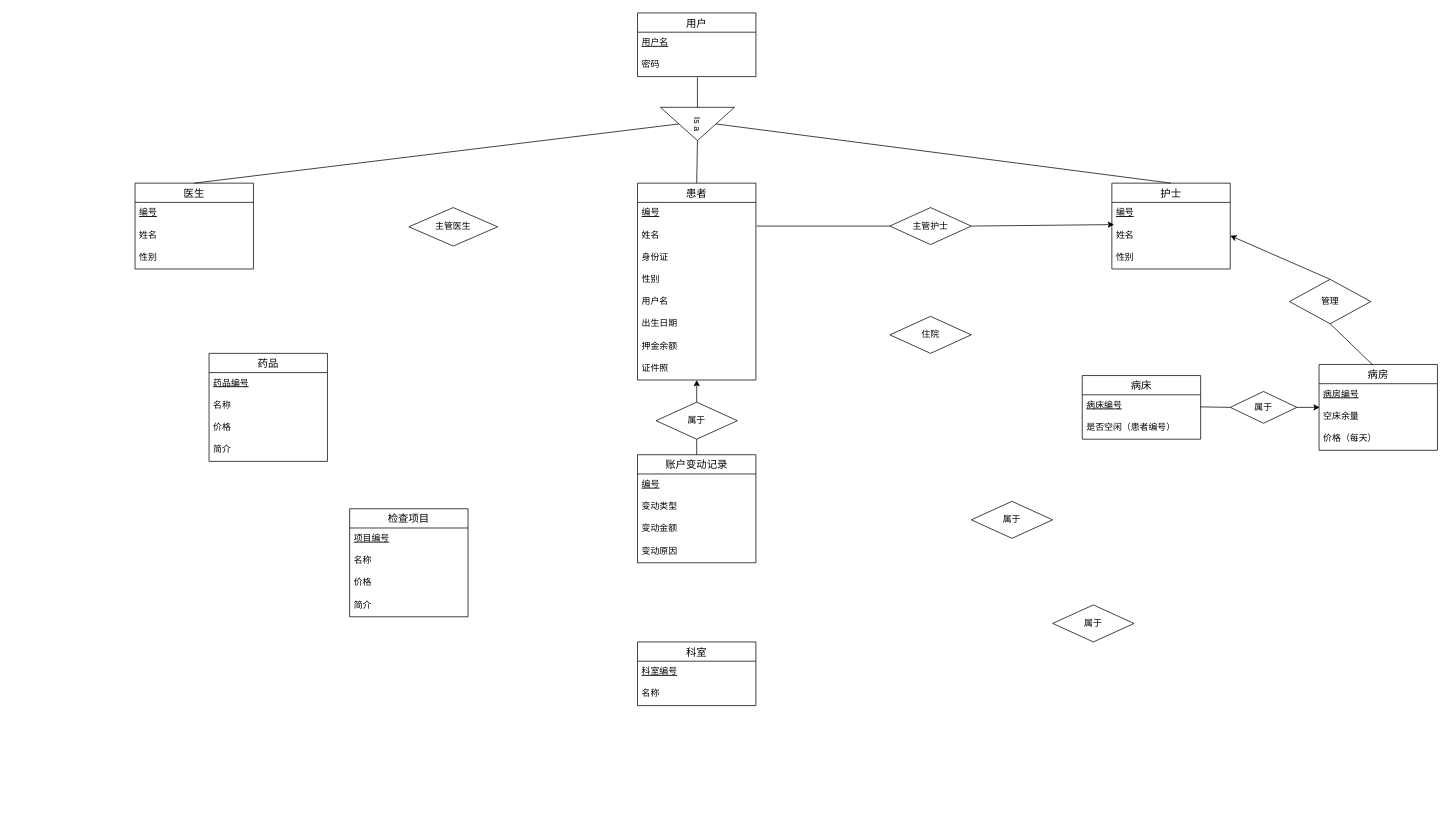
Earlier version of the draw.io diagram Untitled Diagram.drawio (Zhiwuyazhe1/hello-world). Source tidied: cells renumbered, new cells numbered last; positions are measured from the earlier drawing's top-left corner, leaving out a move shared by most shapes. Both pictures are drawn from the tidied source at 74%, with x=0, y=0 at pixel (135, 13).
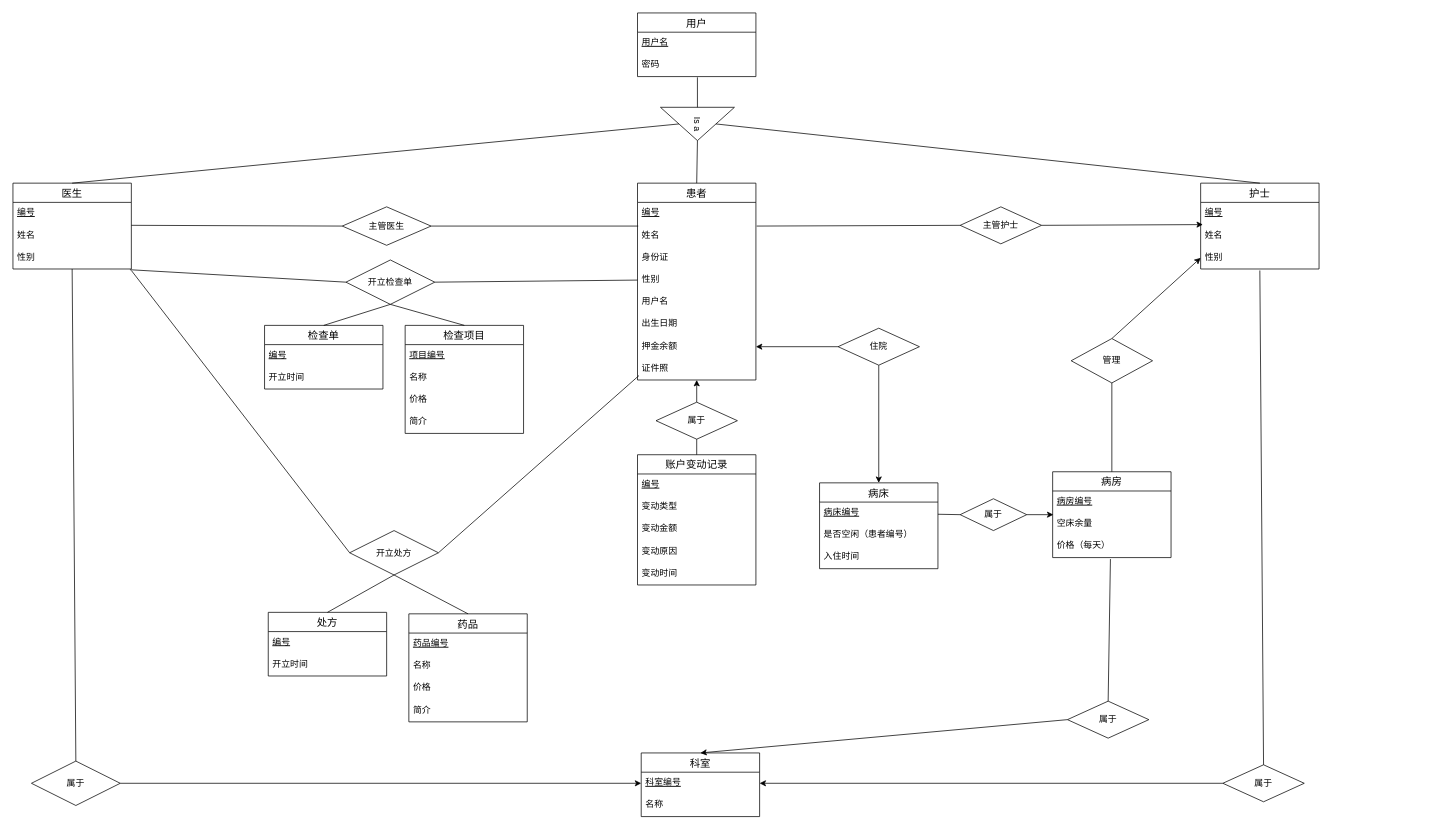
Above is the later version.

The change refers to these unchanged cells:
```xml
<mxCell id="6" value="编号" style="text;strokeColor=none;fillColor=none;spacingLeft=4;spacingRight=4;overflow=hidden;points=[[0,0.5],[1,0.5]];portConstraint=eastwest;fontSize=12;fontStyle=4;" parent="5" vertex="1">
  <mxGeometry y="26" width="160" height="30" as="geometry" />
</mxCell>
<mxCell id="9" value="性别" style="text;strokeColor=none;fillColor=none;spacingLeft=4;spacingRight=4;overflow=hidden;points=[[0,0.5],[1,0.5]];portConstraint=eastwest;fontSize=12;" parent="5" vertex="1">
  <mxGeometry y="116" width="160" height="30" as="geometry" />
</mxCell>
<mxCell id="12" value="押金余额" style="text;strokeColor=none;fillColor=none;spacingLeft=4;spacingRight=4;overflow=hidden;points=[[0,0.5],[1,0.5]];portConstraint=eastwest;fontSize=12;" parent="5" vertex="1">
  <mxGeometry y="206" width="160" height="30" as="geometry" />
</mxCell>
<mxCell id="16" value="姓名" style="text;strokeColor=none;fillColor=none;spacingLeft=4;spacingRight=4;overflow=hidden;points=[[0,0.5],[1,0.5]];portConstraint=eastwest;fontSize=12;" parent="14" vertex="1">
  <mxGeometry y="56" width="160" height="30" as="geometry" />
</mxCell>
<mxCell id="17" value="性别" style="text;strokeColor=none;fillColor=none;spacingLeft=4;spacingRight=4;overflow=hidden;points=[[0,0.5],[1,0.5]];portConstraint=eastwest;fontSize=12;" parent="14" vertex="1">
  <mxGeometry y="86" width="160" height="30" as="geometry" />
</mxCell>
<mxCell id="20" value="姓名" style="text;strokeColor=none;fillColor=none;spacingLeft=4;spacingRight=4;overflow=hidden;points=[[0,0.5],[1,0.5]];portConstraint=eastwest;fontSize=12;" parent="18" vertex="1">
  <mxGeometry y="56" width="160" height="30" as="geometry" />
</mxCell>
<mxCell id="21" value="性别" style="text;strokeColor=none;fillColor=none;spacingLeft=4;spacingRight=4;overflow=hidden;points=[[0,0.5],[1,0.5]];portConstraint=eastwest;fontSize=12;" parent="18" vertex="1">
  <mxGeometry y="86" width="160" height="30" as="geometry" />
</mxCell>
<mxCell id="29" value="价格（每天）" style="text;strokeColor=none;fillColor=none;spacingLeft=4;spacingRight=4;overflow=hidden;points=[[0,0.5],[1,0.5]];portConstraint=eastwest;fontSize=12;" parent="26" vertex="1">
  <mxGeometry y="86" width="160" height="30" as="geometry" />
</mxCell>
<mxCell id="50" value="科室编号" style="text;strokeColor=none;fillColor=none;spacingLeft=4;spacingRight=4;overflow=hidden;points=[[0,0.5],[1,0.5]];portConstraint=eastwest;fontSize=12;fontStyle=4;" parent="49" vertex="1">
  <mxGeometry y="26" width="160" height="30" as="geometry" />
</mxCell>
```

The edit, as a diff of the source:
```diff
@@
     <mxCell id="14" value="护士" style="swimlane;fontStyle=0;horizontal=1;startSize=26;align=center;fontSize=14;" parent="1" vertex="1">
-      <mxGeometry x="1320" y="230" width="160" height="116" as="geometry" />
+      <mxGeometry x="1440" y="230" width="160" height="116" as="geometry" />
     </mxCell>
@@
     <mxCell id="18" value="医生" style="swimlane;fontStyle=0;horizontal=1;startSize=26;align=center;fontSize=14;" parent="1" vertex="1">
-      <mxGeometry y="230" width="160" height="116" as="geometry" />
+      <mxGeometry x="-165" y="230" width="160" height="116" as="geometry" />
     </mxCell>
@@
     <mxCell id="25" value="主管医生" style="shape=rhombus;perimeter=rhombusPerimeter;whiteSpace=wrap;html=1;align=center;" parent="1" vertex="1">
-      <mxGeometry x="370" y="263" width="120" height="52" as="geometry" />
+      <mxGeometry x="280" y="262" width="120" height="52" as="geometry" />
     </mxCell>
     <mxCell id="26" value="病房" style="swimlane;fontStyle=0;horizontal=1;startSize=26;align=center;fontSize=14;" parent="1" vertex="1">
-      <mxGeometry x="1600" y="475" width="160" height="116" as="geometry" />
+      <mxGeometry x="1240" y="620" width="160" height="116" as="geometry" />
     </mxCell>
@@
     <mxCell id="30" value="病床" style="swimlane;fontStyle=0;horizontal=1;startSize=26;align=center;fontSize=14;" parent="1" vertex="1">
-      <mxGeometry x="1280" y="490" width="160" height="86" as="geometry" />
+      <mxGeometry x="925" y="635" width="160" height="116" as="geometry" />
     </mxCell>
@@
+    <mxCell id="68" value="是否空闲（患者编号）" style="text;strokeColor=none;fillColor=none;spacingLeft=4;spacingRight=4;overflow=hidden;fontSize=12;" parent="30" vertex="1">
+      <mxGeometry y="56" width="160" height="30" as="geometry" />
+    </mxCell>
-    <mxCell id="32" value="是否空闲（患者编号）" style="text;strokeColor=none;fillColor=none;spacingLeft=4;spacingRight=4;overflow=hidden;fontSize=12;" parent="30" vertex="1">
-      <mxGeometry y="56" width="160" height="30" as="geometry" />
+    <mxCell id="32" value="入住时间" style="text;strokeColor=none;fillColor=none;spacingLeft=4;spacingRight=4;overflow=hidden;fontSize=12;" parent="30" vertex="1">
+      <mxGeometry y="86" width="160" height="30" as="geometry" />
     </mxCell>
     <mxCell id="33" value="药品" style="swimlane;fontStyle=0;horizontal=1;startSize=26;align=center;fontSize=14;" parent="1" vertex="1">
-      <mxGeometry x="100" y="460" width="160" height="146" as="geometry" />
+      <mxGeometry x="370" y="812" width="160" height="146" as="geometry" />
     </mxCell>
@@
     <mxCell id="38" value="检查项目" style="swimlane;fontStyle=0;horizontal=1;startSize=26;align=center;fontSize=14;" parent="1" vertex="1">
-      <mxGeometry x="290" y="670" width="160" height="146" as="geometry" />
+      <mxGeometry x="365" y="422.2" width="160" height="146" as="geometry" />
     </mxCell>
@@
-    <mxCell id="43" style="edgeStyle=none;rounded=0;jettySize=auto;html=1;exitX=0.5;exitY=0;exitDx=0;exitDy=0;entryX=1;entryY=0.5;entryDx=0;entryDy=0;" parent="1" edge="1" source="44" target="16">
-      <mxGeometry relative="1" as="geometry" />
-    </mxCell>
+    <mxCell id="69" style="edgeStyle=none;rounded=0;jettySize=auto;html=1;exitX=0.5;exitY=0;exitDx=0;exitDy=0;entryX=0;entryY=0.5;entryDx=0;entryDy=0;" parent="1" edge="1" source="44" target="17">
+      <mxGeometry relative="1" as="geometry" />
+    </mxCell>
     <mxCell id="44" value="管理" style="shape=rhombus;perimeter=rhombusPerimeter;whiteSpace=wrap;html=1;align=center;" parent="1" vertex="1">
-      <mxGeometry x="1560" y="360" width="110" height="60" as="geometry" />
+      <mxGeometry x="1265" y="440" width="110" height="60" as="geometry" />
     </mxCell>
@@
     <mxCell id="46" value="属于" style="shape=rhombus;perimeter=rhombusPerimeter;whiteSpace=wrap;html=1;align=center;" parent="1" vertex="1">
-      <mxGeometry x="1480" y="511.5" width="90" height="43" as="geometry" />
+      <mxGeometry x="1115" y="656.5" width="90" height="43" as="geometry" />
     </mxCell>
@@
     <mxCell id="49" value="科室" style="swimlane;fontStyle=0;horizontal=1;startSize=26;align=center;fontSize=14;" parent="1" vertex="1">
-      <mxGeometry x="679" y="850" width="160" height="86" as="geometry" />
+      <mxGeometry x="684" y="1000" width="160" height="86" as="geometry" />
     </mxCell>
@@
     <mxCell id="52" value="账户变动记录" style="swimlane;fontStyle=0;horizontal=1;startSize=26;align=center;fontSize=14;" parent="1" vertex="1">
-      <mxGeometry x="679" y="597" width="160" height="146" as="geometry" />
+      <mxGeometry x="679" y="597" width="160" height="176" as="geometry" />
     </mxCell>
@@
+    <mxCell id="70" value="变动时间" style="text;strokeColor=none;fillColor=none;spacingLeft=4;spacingRight=4;overflow=hidden;fontSize=12;" parent="52" vertex="1">
+      <mxGeometry y="146" width="160" height="30" as="geometry" />
+    </mxCell>
+    <mxCell id="71" style="edgeStyle=none;rounded=0;jettySize=auto;html=1;exitX=0;exitY=0.5;exitDx=0;exitDy=0;entryX=1;entryY=0.5;entryDx=0;entryDy=0;" parent="1" edge="1" source="57" target="50">
+      <mxGeometry relative="1" as="geometry" />
+    </mxCell>
     <mxCell id="57" value="属于" style="shape=rhombus;perimeter=rhombusPerimeter;whiteSpace=wrap;html=1;align=center;" parent="1" vertex="1">
-      <mxGeometry x="1240" y="800" width="110" height="50" as="geometry" />
+      <mxGeometry x="1470" y="1016" width="110" height="50" as="geometry" />
     </mxCell>
-    <mxCell id="58" value="属于" style="shape=rhombus;perimeter=rhombusPerimeter;whiteSpace=wrap;html=1;align=center;" parent="1" vertex="1">
-      <mxGeometry x="1130" y="660" width="110" height="50" as="geometry" />
-    </mxCell>
@@
     <mxCell id="62" value="主管护士" style="shape=rhombus;perimeter=rhombusPerimeter;whiteSpace=wrap;html=1;align=center;" parent="1" vertex="1">
-      <mxGeometry x="1020" y="263" width="110" height="50" as="geometry" />
+      <mxGeometry x="1115" y="262" width="110" height="50" as="geometry" />
     </mxCell>
@@
-    <mxCell id="64" style="endArrow=none;html=1;entryX=0.5;entryY=1;entryDx=0;entryDy=0;exitX=0.456;exitY=0.009;exitDx=0;exitDy=0;exitPerimeter=0;" parent="1" edge="1" source="26" target="44">
-      <mxGeometry relative="1" as="geometry" />
-    </mxCell>
@@
+    <mxCell id="72" style="edgeStyle=none;rounded=0;jettySize=auto;html=1;exitX=0;exitY=0.5;exitDx=0;exitDy=0;" parent="1" edge="1" source="67" target="12">
+      <mxGeometry relative="1" as="geometry" />
+    </mxCell>
+    <mxCell id="73" style="edgeStyle=none;rounded=0;jettySize=auto;html=1;exitX=0.5;exitY=1;exitDx=0;exitDy=0;entryX=0.5;entryY=0;entryDx=0;entryDy=0;" parent="1" edge="1" source="67" target="30">
+      <mxGeometry relative="1" as="geometry" />
+    </mxCell>
     <mxCell id="67" value="住院" style="shape=rhombus;perimeter=rhombusPerimeter;whiteSpace=wrap;html=1;align=center;" parent="1" vertex="1">
-      <mxGeometry x="1020" y="410" width="110" height="50" as="geometry" />
+      <mxGeometry x="950" y="426" width="110" height="50" as="geometry" />
     </mxCell>
+    <mxCell id="74" value="开立检查单" style="shape=rhombus;perimeter=rhombusPerimeter;whiteSpace=wrap;html=1;align=center;" parent="1" vertex="1">
+      <mxGeometry x="285" y="333.8" width="120" height="60" as="geometry" />
+    </mxCell>
+    <mxCell id="75" value="开立处方" style="shape=rhombus;perimeter=rhombusPerimeter;whiteSpace=wrap;html=1;align=center;" parent="1" vertex="1">
+      <mxGeometry x="290" y="699.5" width="120" height="60" as="geometry" />
+    </mxCell>
+    <mxCell id="76" value="检查单" style="swimlane;fontStyle=0;horizontal=1;startSize=26;align=center;fontSize=14;" parent="1" vertex="1">
+      <mxGeometry x="175" y="422.2" width="160" height="86" as="geometry" />
+    </mxCell>
+    <mxCell id="77" value="编号" style="text;strokeColor=none;fillColor=none;spacingLeft=4;spacingRight=4;overflow=hidden;fontSize=12;fontStyle=4;" parent="76" vertex="1">
+      <mxGeometry y="26" width="160" height="30" as="geometry" />
+    </mxCell>
+    <mxCell id="78" value="开立时间" style="text;strokeColor=none;fillColor=none;spacingLeft=4;spacingRight=4;overflow=hidden;fontSize=12;" parent="76" vertex="1">
+      <mxGeometry y="56" width="160" height="30" as="geometry" />
+    </mxCell>
+    <mxCell id="79" value="处方" style="swimlane;fontStyle=0;horizontal=1;startSize=26;align=center;fontSize=14;" parent="1" vertex="1">
+      <mxGeometry x="180" y="810" width="160" height="86" as="geometry" />
+    </mxCell>
+    <mxCell id="80" value="编号" style="text;strokeColor=none;fillColor=none;spacingLeft=4;spacingRight=4;overflow=hidden;fontSize=12;fontStyle=4;" parent="79" vertex="1">
+      <mxGeometry y="26" width="160" height="30" as="geometry" />
+    </mxCell>
+    <mxCell id="81" value="开立时间" style="text;strokeColor=none;fillColor=none;spacingLeft=4;spacingRight=4;overflow=hidden;fontSize=12;" parent="79" vertex="1">
+      <mxGeometry y="56" width="160" height="30" as="geometry" />
+    </mxCell>
+    <mxCell id="82" style="edgeStyle=none;rounded=0;jettySize=auto;html=1;exitX=1;exitY=0.5;exitDx=0;exitDy=0;entryX=0;entryY=0.5;entryDx=0;entryDy=0;" parent="1" edge="1" source="83" target="50">
+      <mxGeometry relative="1" as="geometry" />
+    </mxCell>
+    <mxCell id="83" value="属于" style="shape=rhombus;perimeter=rhombusPerimeter;whiteSpace=wrap;html=1;align=center;" parent="1" vertex="1">
+      <mxGeometry x="-140" y="1011" width="120" height="60" as="geometry" />
+    </mxCell>
+    <mxCell id="84" style="endArrow=none;html=1;entryX=0.5;entryY=1;entryDx=0;entryDy=0;entryPerimeter=0;exitX=0.5;exitY=0;exitDx=0;exitDy=0;" parent="1" edge="1" source="83" target="21">
+      <mxGeometry relative="1" as="geometry" />
+    </mxCell>
+    <mxCell id="85" style="endArrow=none;html=1;entryX=0;entryY=0.5;entryDx=0;entryDy=0;exitX=1;exitY=0.033;exitDx=0;exitDy=0;exitPerimeter=0;" parent="1" edge="1" source="20" target="25">
+      <mxGeometry relative="1" as="geometry" />
+    </mxCell>
+    <mxCell id="86" style="endArrow=none;html=1;exitX=1;exitY=0.5;exitDx=0;exitDy=0;entryX=0.006;entryY=1.067;entryDx=0;entryDy=0;entryPerimeter=0;" parent="1" edge="1" source="25" target="6">
+      <mxGeometry relative="1" as="geometry" />
+    </mxCell>
+    <mxCell id="87" style="endArrow=none;html=1;exitX=0.988;exitY=1.033;exitDx=0;exitDy=0;exitPerimeter=0;entryX=0;entryY=0.5;entryDx=0;entryDy=0;" parent="1" edge="1" source="21" target="74">
+      <mxGeometry relative="1" as="geometry" />
+    </mxCell>
+    <mxCell id="88" style="endArrow=none;html=1;entryX=0;entryY=0.5;entryDx=0;entryDy=0;exitX=1;exitY=0.5;exitDx=0;exitDy=0;" parent="1" edge="1" source="74" target="9">
+      <mxGeometry relative="1" as="geometry" />
+    </mxCell>
+    <mxCell id="89" style="endArrow=none;html=1;entryX=0.5;entryY=1;entryDx=0;entryDy=0;exitX=0.5;exitY=0;exitDx=0;exitDy=0;" parent="1" edge="1" source="76" target="74">
+      <mxGeometry relative="1" as="geometry" />
+    </mxCell>
+    <mxCell id="90" style="endArrow=none;html=1;exitX=0.5;exitY=1;exitDx=0;exitDy=0;entryX=0.5;entryY=0;entryDx=0;entryDy=0;" parent="1" edge="1" source="74" target="38">
+      <mxGeometry relative="1" as="geometry" />
+    </mxCell>
+    <mxCell id="91" style="endArrow=none;html=1;exitX=1;exitY=0.5;exitDx=0;exitDy=0;" parent="1" edge="1" source="75">
+      <mxGeometry relative="1" as="geometry">
+        <mxPoint x="681" y="490" as="targetPoint" />
+      </mxGeometry>
+    </mxCell>
+    <mxCell id="92" style="endArrow=none;html=1;entryX=0;entryY=0.5;entryDx=0;entryDy=0;exitX=1;exitY=1.067;exitDx=0;exitDy=0;exitPerimeter=0;" parent="1" edge="1" source="21" target="75">
+      <mxGeometry relative="1" as="geometry" />
+    </mxCell>
+    <mxCell id="93" style="endArrow=none;html=1;entryX=0.5;entryY=1;entryDx=0;entryDy=0;exitX=0.5;exitY=0;exitDx=0;exitDy=0;" parent="1" edge="1" source="79" target="75">
+      <mxGeometry relative="1" as="geometry" />
+    </mxCell>
+    <mxCell id="94" style="endArrow=none;html=1;exitX=0.5;exitY=1;exitDx=0;exitDy=0;entryX=0.5;entryY=0;entryDx=0;entryDy=0;" parent="1" edge="1" source="75" target="33">
+      <mxGeometry relative="1" as="geometry" />
+    </mxCell>
+    <mxCell id="64" style="endArrow=none;html=1;entryX=0.5;entryY=1;entryDx=0;entryDy=0;exitX=0.5;exitY=0;exitDx=0;exitDy=0;" parent="1" edge="1" source="26" target="44">
+      <mxGeometry relative="1" as="geometry" />
+    </mxCell>
+    <mxCell id="95" style="endArrow=none;html=1;entryX=0.5;entryY=1.067;entryDx=0;entryDy=0;entryPerimeter=0;exitX=0.5;exitY=0;exitDx=0;exitDy=0;" parent="1" edge="1" source="57" target="17">
+      <mxGeometry relative="1" as="geometry" />
+    </mxCell>
+    <mxCell id="96" style="edgeStyle=none;rounded=0;jettySize=auto;html=1;exitX=0;exitY=0.5;exitDx=0;exitDy=0;entryX=0.5;entryY=0;entryDx=0;entryDy=0;" parent="1" edge="1" source="97" target="49">
+      <mxGeometry relative="1" as="geometry" />
+    </mxCell>
+    <mxCell id="97" value="属于" style="shape=rhombus;perimeter=rhombusPerimeter;whiteSpace=wrap;html=1;align=center;" parent="1" vertex="1">
+      <mxGeometry x="1260" y="930" width="110" height="50" as="geometry" />
+    </mxCell>
+    <mxCell id="98" style="endArrow=none;html=1;entryX=0.488;entryY=1.067;entryDx=0;entryDy=0;entryPerimeter=0;exitX=0.5;exitY=0;exitDx=0;exitDy=0;" parent="1" edge="1" source="97" target="29">
+      <mxGeometry relative="1" as="geometry" />
+    </mxCell>
```
